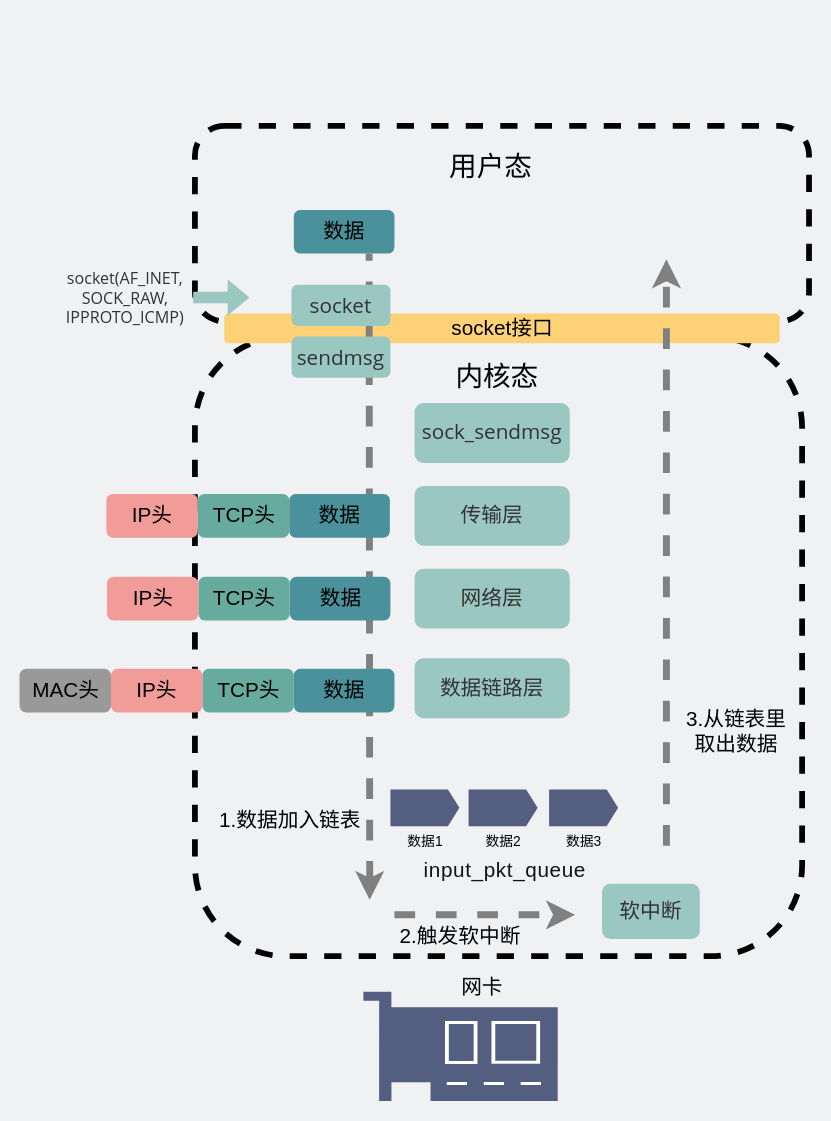
Before: network/TCP发数据到回环地址.drawio in xiaobaiTech/image, a draw.io diagram. Source tidied: cells renumbered, new cells numbered last; positions are measured from the earlier drawing's top-left corner, leaving out a move shared by most shapes. Both pictures are drawn from the tidied source at 115%, with x=0, y=0 at pixel (20, 125). Pictures stored in the file or linked from it are replaced by grey dashed boxes.
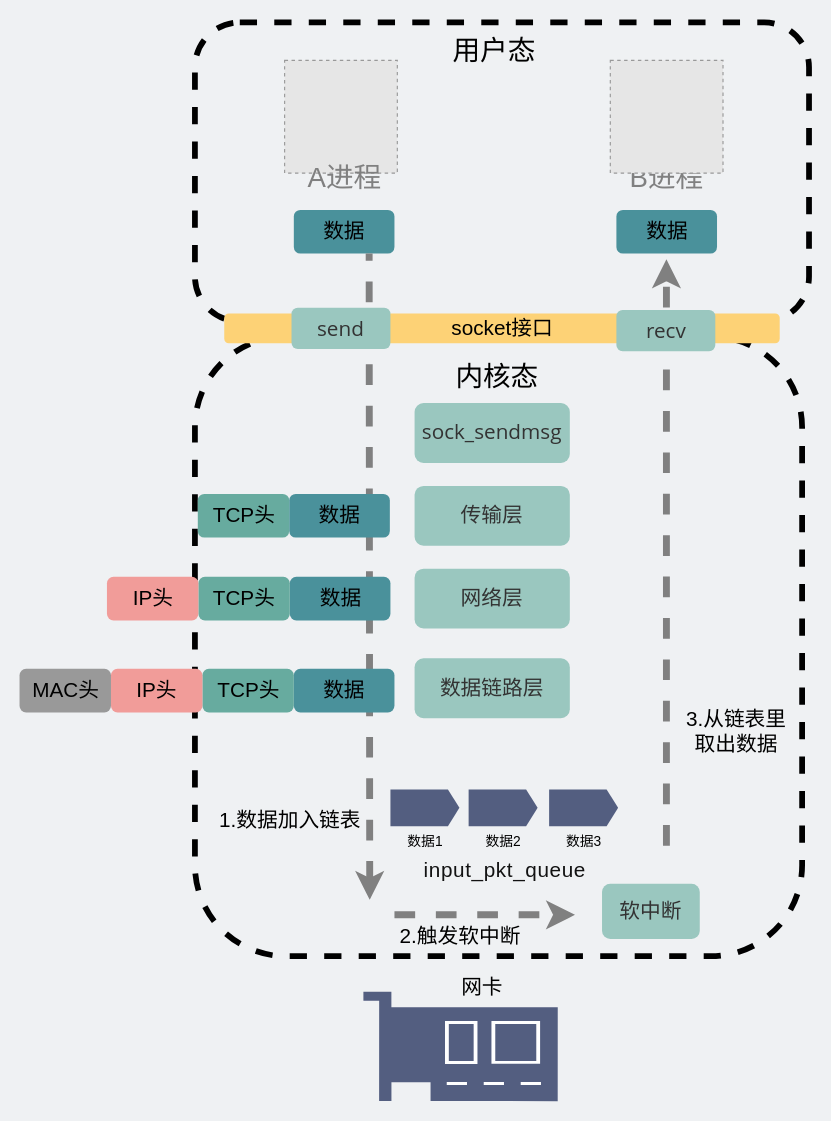
The same page after the edit.

Commit message:
更新TCP发数据到回环地址.drawio

The edit, as a diff of the source:
```diff
@@
     <mxCell id="3" style="rounded=1;whiteSpace=wrap;html=1;dashed=1;strokeWidth=5;fillColor=none;" parent="1" vertex="1">
-      <mxGeometry x="152" width="534" height="170" as="geometry" />
+      <mxGeometry x="152" y="-90" width="534" height="260" as="geometry" />
     </mxCell>
@@
-    <mxCell id="6" value="&lt;font style=&quot;font-size: 14px&quot;&gt;&lt;span style=&quot;color: rgb(51 , 51 , 51) ; font-family: &amp;#34;open sans&amp;#34; , &amp;#34;clear sans&amp;#34; , &amp;#34;helvetica neue&amp;#34; , &amp;#34;helvetica&amp;#34; , &amp;#34;arial&amp;#34; , sans-serif&quot;&gt;socket&lt;/span&gt;&lt;span style=&quot;color: rgb(51 , 51 , 51) ; font-family: &amp;#34;open sans&amp;#34; , &amp;#34;clear sans&amp;#34; , &amp;#34;helvetica neue&amp;#34; , &amp;#34;helvetica&amp;#34; , &amp;#34;arial&amp;#34; , sans-serif&quot;&gt;&lt;font&gt;(AF_INET, &lt;br&gt;SOCK_RAW, &lt;br&gt;IPPROTO_ICMP)&lt;/font&gt;&lt;/span&gt;&lt;/font&gt;" style="text;html=1;strokeColor=none;fillColor=none;align=center;verticalAlign=middle;whiteSpace=wrap;rounded=0;" parent="1" vertex="1">
-      <mxGeometry x="37" y="119" width="109" height="61" as="geometry" />
-    </mxCell>
     <mxCell id="7" value="&lt;font style=&quot;font-size: 24px&quot;&gt;用户态&lt;/font&gt;" style="text;html=1;strokeColor=none;fillColor=none;align=center;verticalAlign=middle;whiteSpace=wrap;rounded=0;dashed=1;" parent="1" vertex="1">
-      <mxGeometry x="343" y="26" width="132.5" height="20" as="geometry" />
+      <mxGeometry x="345.5" y="-75" width="132.5" height="20" as="geometry" />
     </mxCell>
@@
-    <mxCell id="15" style="shape=flexArrow;endArrow=classic;html=1;strokeColor=none;fillColor=#9AC7BF;labelBackgroundColor=none;" parent="1" edge="1">
-      <mxGeometry relative="1" as="geometry">
-        <mxPoint x="150" y="149.1" as="sourcePoint" />
-        <mxPoint x="200" y="149.1" as="targetPoint" />
-      </mxGeometry>
-    </mxCell>
@@
-    <mxCell id="24" value="&lt;span style=&quot;color: rgb(51, 51, 51); font-family: &amp;quot;open sans&amp;quot;, &amp;quot;clear sans&amp;quot;, &amp;quot;helvetica neue&amp;quot;, helvetica, arial, sans-serif;&quot;&gt;&lt;font style=&quot;font-size: 18px&quot;&gt;sendmsg&lt;/font&gt;&lt;/span&gt;" style="rounded=1;whiteSpace=wrap;html=1;strokeColor=none;fillColor=#9AC7BF;labelBackgroundColor=none;" parent="1" vertex="1">
-      <mxGeometry x="236" y="183" width="86" height="36" as="geometry" />
+    <mxCell id="24" value="&lt;span style=&quot;color: rgb(51, 51, 51); font-family: &amp;quot;open sans&amp;quot;, &amp;quot;clear sans&amp;quot;, &amp;quot;helvetica neue&amp;quot;, helvetica, arial, sans-serif;&quot;&gt;&lt;font style=&quot;font-size: 18px&quot;&gt;send&lt;/font&gt;&lt;/span&gt;" style="rounded=1;whiteSpace=wrap;html=1;strokeColor=none;fillColor=#9AC7BF;labelBackgroundColor=none;" parent="1" vertex="1">
+      <mxGeometry x="236" y="158" width="86" height="36" as="geometry" />
     </mxCell>
-    <mxCell id="25" value="&lt;span style=&quot;color: rgb(51, 51, 51); font-family: &amp;quot;open sans&amp;quot;, &amp;quot;clear sans&amp;quot;, &amp;quot;helvetica neue&amp;quot;, helvetica, arial, sans-serif;&quot;&gt;&lt;font style=&quot;font-size: 18px&quot;&gt;socket&lt;/font&gt;&lt;/span&gt;" style="rounded=1;whiteSpace=wrap;html=1;strokeColor=none;fillColor=#9AC7BF;labelBackgroundColor=none;" parent="1" vertex="1">
-      <mxGeometry x="236" y="138" width="86" height="36" as="geometry" />
-    </mxCell>
@@
-    <mxCell id="38" value="&lt;font style=&quot;font-size: 18px&quot;&gt;IP头&lt;/font&gt;" style="rounded=1;whiteSpace=wrap;html=1;strokeColor=none;fillColor=#F19C99;" parent="1" vertex="1">
-      <mxGeometry x="75" y="320" width="79.5" height="38" as="geometry" />
-    </mxCell>
+    <mxCell id="39" style="fillColor=#E6E6E6;strokeColor=#999999;dashed=1;verticalLabelPosition=bottom;verticalAlign=top;" parent="1" vertex="1">
+      <mxGeometry x="230" y="-57" width="98" height="98" as="geometry" />
+    </mxCell>
+    <mxCell id="40" value="&lt;span style=&quot;font-size: 24px;&quot;&gt;&lt;font color=&quot;#808080&quot;&gt;A进程&lt;/font&gt;&lt;/span&gt;" style="text;html=1;strokeColor=none;fillColor=none;align=center;verticalAlign=middle;whiteSpace=wrap;rounded=0;dashed=1;" parent="1" vertex="1">
+      <mxGeometry x="215.5" y="36" width="132.5" height="20" as="geometry" />
+    </mxCell>
+    <mxCell id="41" value="&lt;span style=&quot;font-size: 24px;&quot;&gt;&lt;font color=&quot;#808080&quot;&gt;B进程&lt;/font&gt;&lt;/span&gt;" style="text;html=1;strokeColor=none;fillColor=none;align=center;verticalAlign=middle;whiteSpace=wrap;rounded=0;dashed=1;" parent="1" vertex="1">
+      <mxGeometry x="496" y="36" width="132.5" height="20" as="geometry" />
+    </mxCell>
+    <mxCell id="42" style="fillColor=#E6E6E6;strokeColor=#999999;dashed=1;verticalLabelPosition=bottom;verticalAlign=top;" parent="1" vertex="1">
+      <mxGeometry x="513.2" y="-57" width="98" height="98" as="geometry" />
+    </mxCell>
+    <mxCell id="43" value="&lt;font style=&quot;font-size: 18px&quot;&gt;数据&lt;/font&gt;" style="rounded=1;whiteSpace=wrap;html=1;strokeColor=none;fillColor=#4A919B;" parent="1" vertex="1">
+      <mxGeometry x="518.5" y="73" width="87.5" height="38" as="geometry" />
+    </mxCell>
+    <mxCell id="44" value="&lt;span style=&quot;color: rgb(51, 51, 51); font-family: &amp;quot;open sans&amp;quot;, &amp;quot;clear sans&amp;quot;, &amp;quot;helvetica neue&amp;quot;, helvetica, arial, sans-serif;&quot;&gt;&lt;font style=&quot;font-size: 18px&quot;&gt;recv&lt;/font&gt;&lt;/span&gt;" style="rounded=1;whiteSpace=wrap;html=1;strokeColor=none;fillColor=#9AC7BF;labelBackgroundColor=none;" parent="1" vertex="1">
+      <mxGeometry x="518.5" y="160" width="86" height="36" as="geometry" />
+    </mxCell>
```
